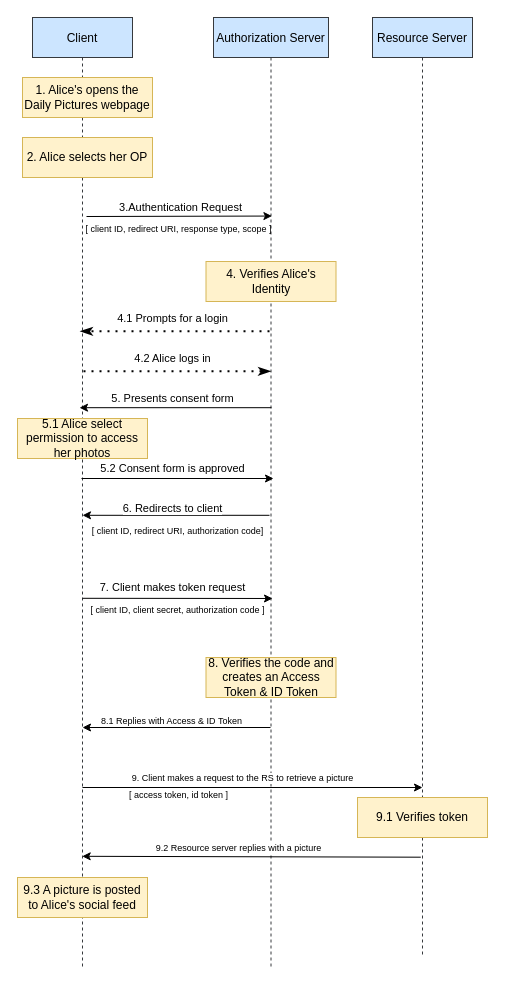
digita-ai/dgt-id-broker keeps this draw.io diagram as docs/modules/knowledge/img/classic-oidc-flow.drawio. Above is the earlier version. Source tidied: cells renumbered, new cells numbered last; positions are measured from the earlier drawing's top-left corner, leaving out a move shared by most shapes. Both pictures are drawn from the tidied source at 100%, with x=0, y=0 at pixel (17, 17).
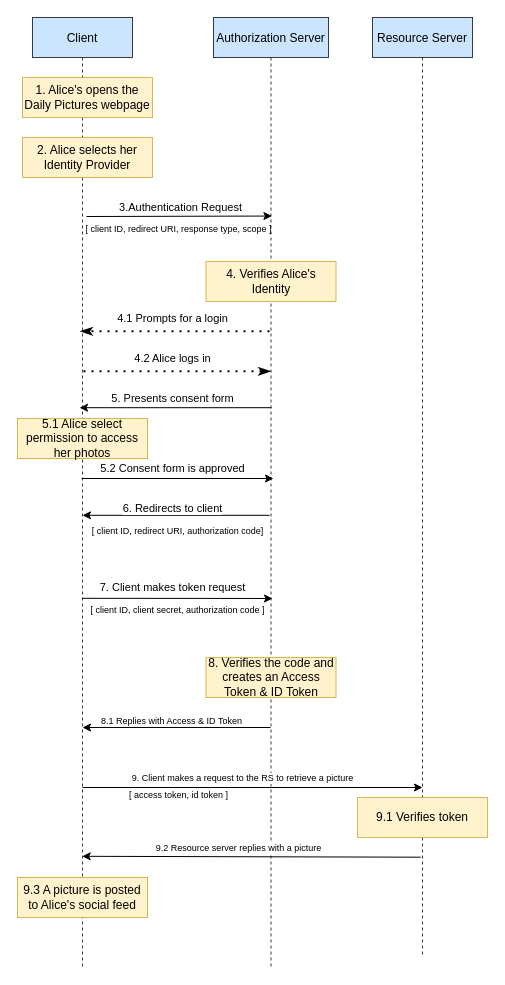
The same diagram, later.

Commit message (it also covers changes not shown here):
docs: fixed typo in flow charts

The edit, as a diff of the source:
```diff
@@
-    <mxCell id="6" value="2. Alice selects her OP" style="rounded=0;whiteSpace=wrap;html=1;fillColor=#fff2cc;strokeColor=#d6b656;" parent="1" vertex="1">
+    <mxCell id="6" value="2. Alice selects her Identity Provider" style="rounded=0;whiteSpace=wrap;html=1;fillColor=#fff2cc;strokeColor=#d6b656;" parent="1" vertex="1">
       <mxGeometry x="5" y="120" width="130" height="40" as="geometry" />
     </mxCell>
```
